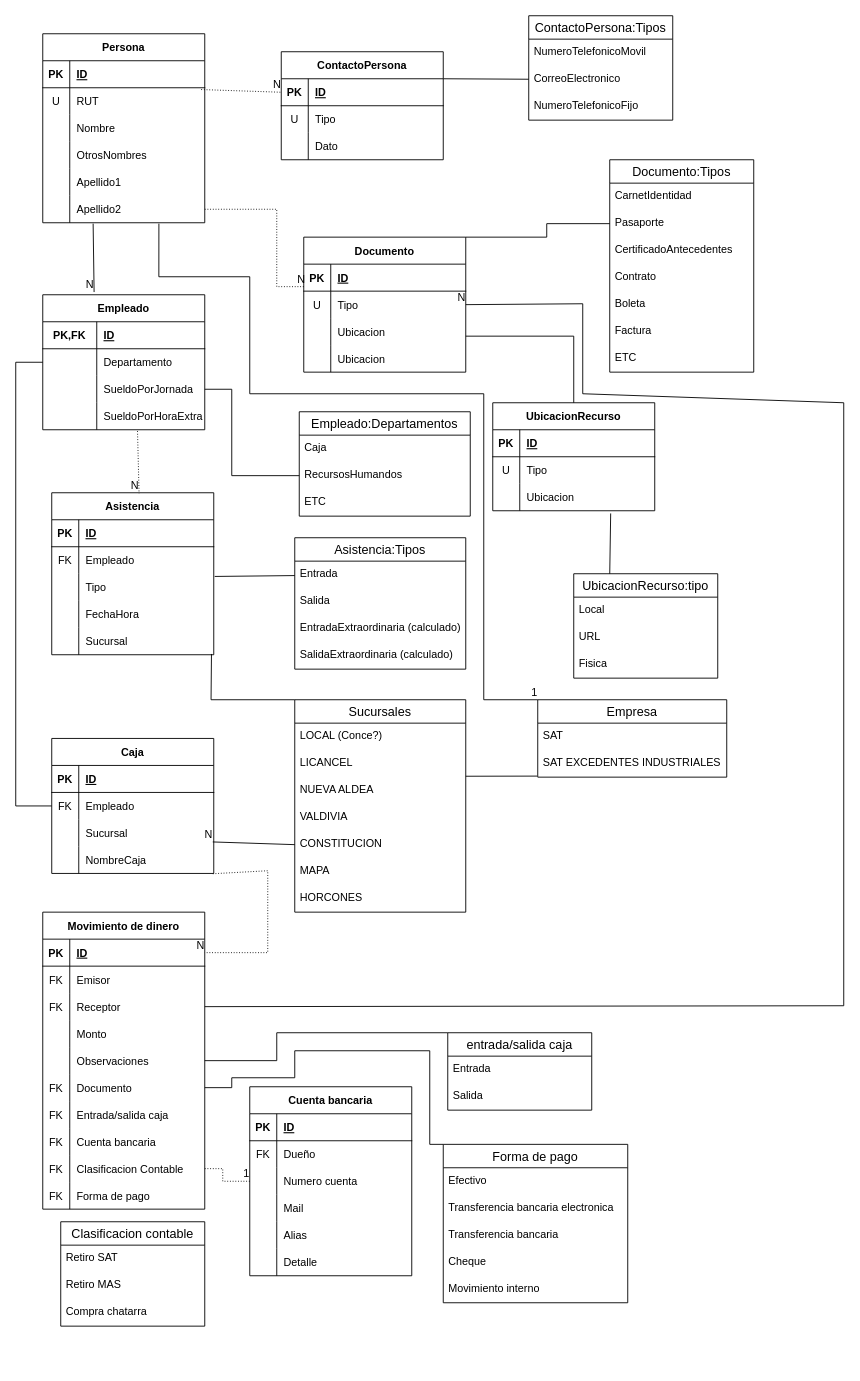
Earlier version of the draw.io diagram erd.drawio (aaroncruces/proyectosat). Source tidied: cells renumbered, new cells numbered last; positions are measured from the earlier drawing's top-left corner, leaving out a move shared by most shapes. Both pictures are drawn from the tidied source at 90%, with x=0, y=0 at pixel (15, 15).
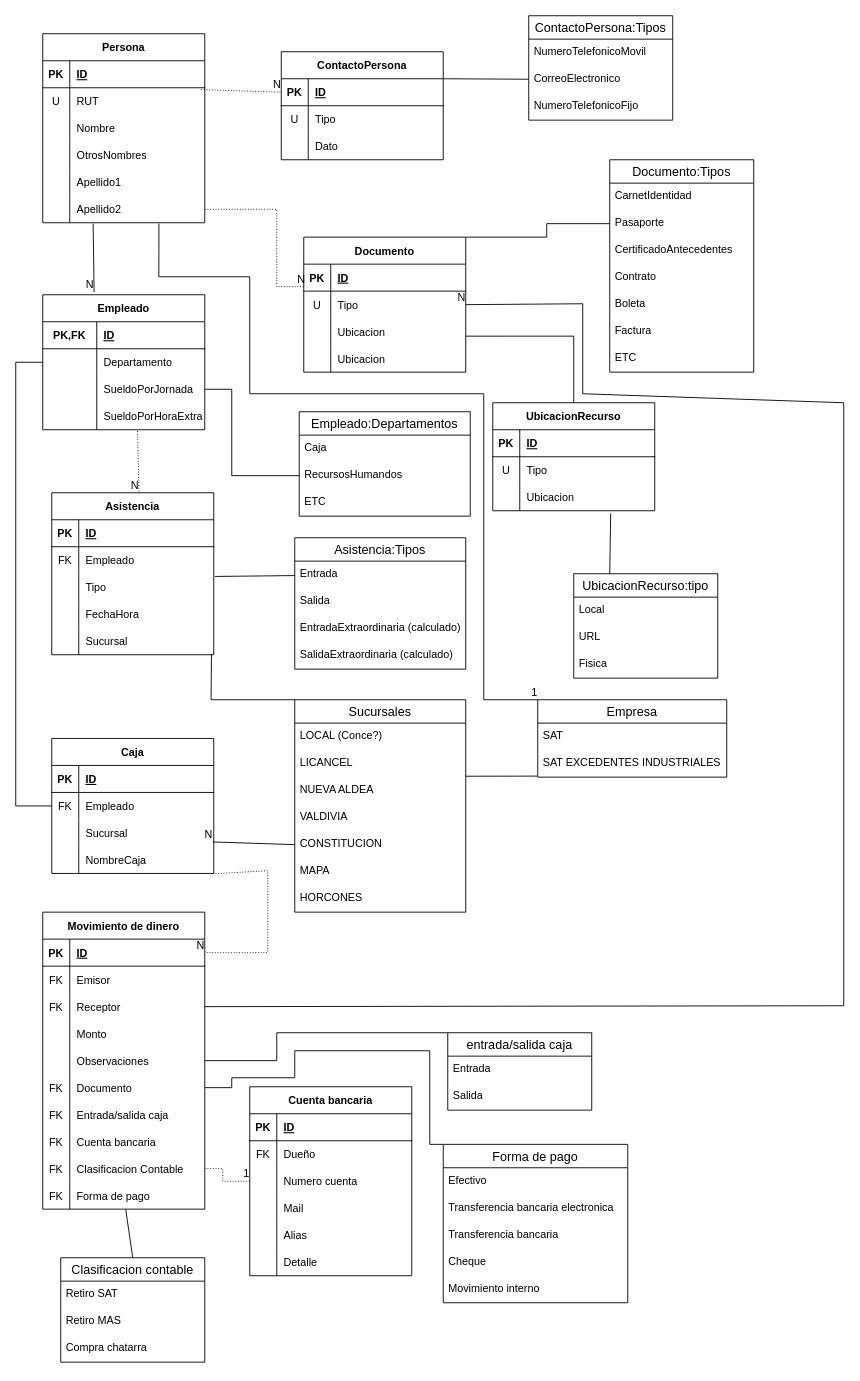
The same page after the edit.

Commit message:
Sketch inicial erd

Unchanged cells that the change refers to:
```xml
<mxCell id="181" style="shape=partialRectangle;fillColor=none;top=0;left=0;bottom=0;right=0;points=[[0,0.5],[1,0.5]];portConstraint=eastwest;" parent="153" vertex="1">
  <mxGeometry y="300" width="180" height="30" as="geometry" />
</mxCell>
```

Change to the diagram source:
```diff
@@
     <mxCell id="211" value="Clasificacion contable" style="swimlane;fontStyle=0;horizontal=1;startSize=26;align=center;fontSize=14;" parent="1" vertex="1">
-      <mxGeometry x="50" y="1340" width="160" height="116" as="geometry" />
+      <mxGeometry x="50" y="1380" width="160" height="116" as="geometry" />
     </mxCell>
@@
+    <mxCell id="224" style="endArrow=none;html=1;rounded=0;exitX=0.5;exitY=0;exitDx=0;exitDy=0;" parent="1" edge="1" source="211" target="181">
+      <mxGeometry relative="1" as="geometry" />
+    </mxCell>
```
